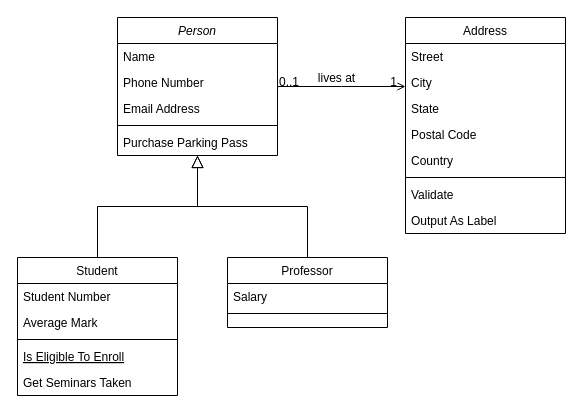
Above: English learning application development diagram in Java.drawio in phamthanhtung35NB/English-learning-application (draw.io), before the change. Source tidied: cells renumbered, new cells numbered last; positions are measured from the earlier drawing's top-left corner, leaving out a move shared by most shapes. Both pictures are drawn from the tidied source at 100%, with x=0, y=0 at pixel (17, 17).
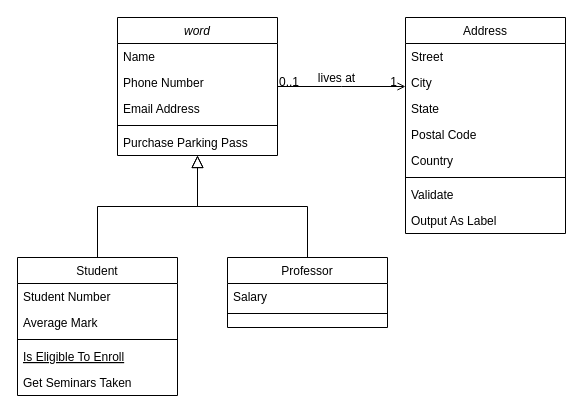
After the change.

Commit message:
Cập nhật English learning application development diagram in Java.drawio

The edit, as a diff of the source:
```diff
@@
-    <mxCell id="2" value="Person" style="swimlane;fontStyle=2;align=center;verticalAlign=top;horizontal=1;startSize=26;rounded=0;shadow=0;strokeWidth=1;" parent="1" vertex="1">
+    <mxCell id="2" value="word" style="swimlane;fontStyle=2;align=center;verticalAlign=top;horizontal=1;startSize=26;rounded=0;shadow=0;strokeWidth=1;" parent="1" vertex="1">
       <mxGeometry x="100" width="160" height="138" as="geometry" />
     </mxCell>
```
